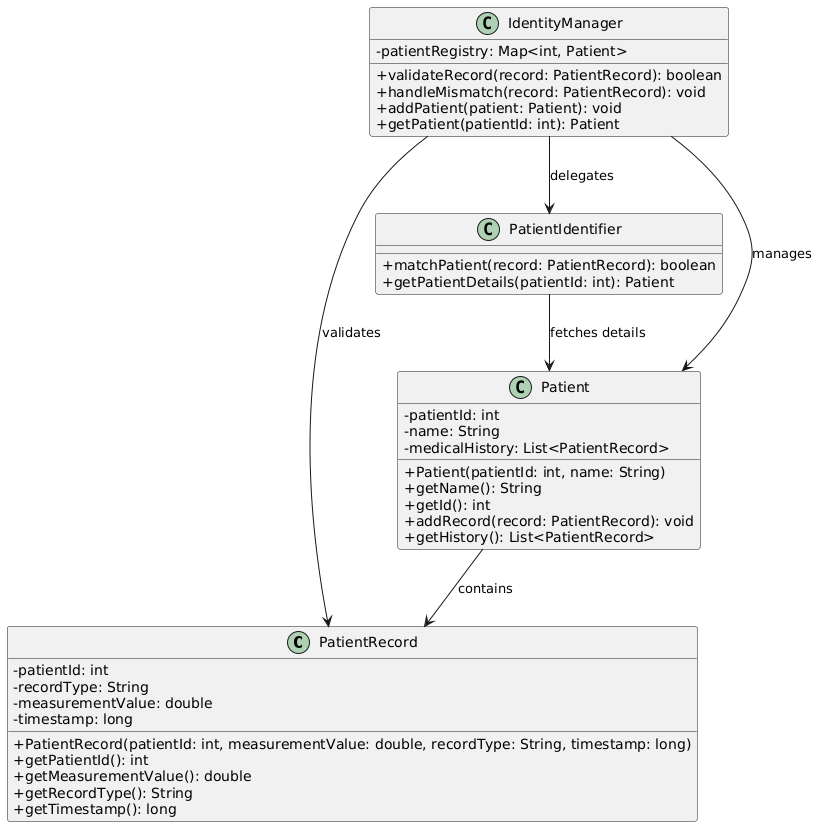
Earlier version of the PlantUML export UML/PatientdentificationSystem.png (IvaPapukchieva/signal_project).
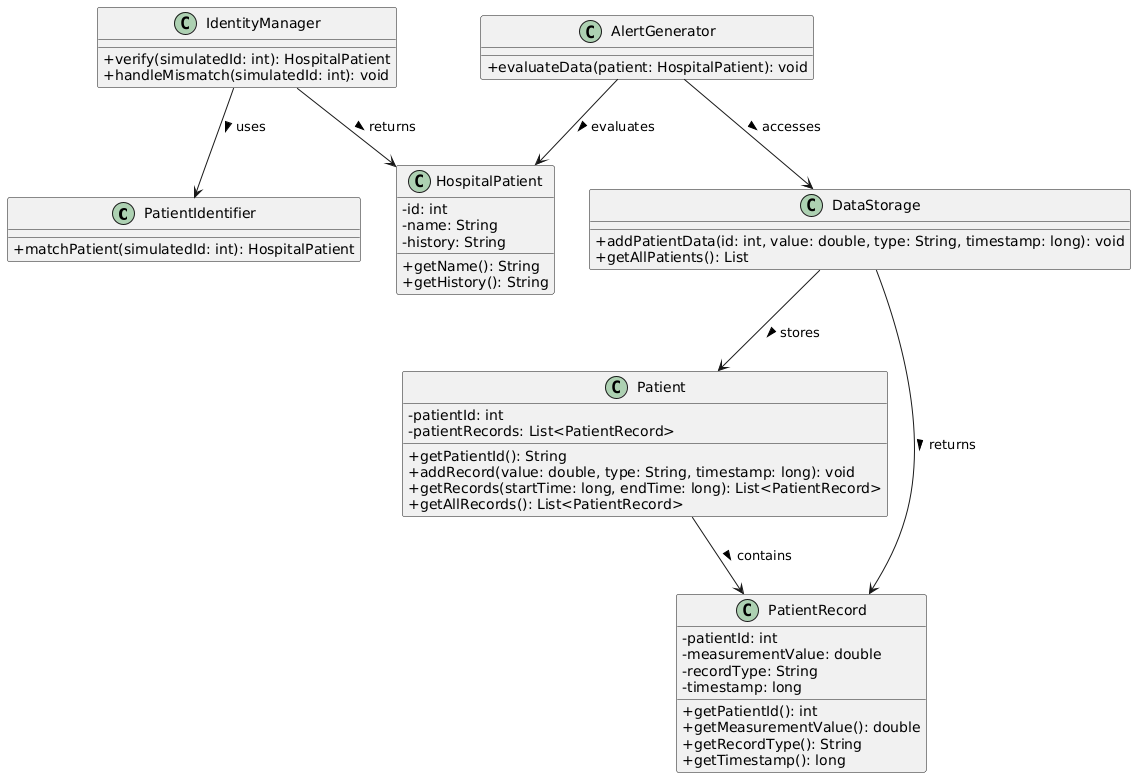
Above is the later version.

The edit, as a diff of the source:
```diff
@@ -1,46 +1,57 @@
 @startuml
 skinparam classAttributeIconSize 0
 
-
-class PatientRecord {
-  -patientId: int
-  -recordType: String
-  -measurementValue: double
-  -timestamp: long
-  +PatientRecord(patientId: int, measurementValue: double, recordType: String, timestamp: long)
-  +getPatientId(): int
-  +getMeasurementValue(): double
-  +getRecordType(): String
-  +getTimestamp(): long
+class PatientIdentifier {
+    + matchPatient(simulatedId: int): HospitalPatient
 }
 
-class PatientIdentifier {
-  +matchPatient(record: PatientRecord): boolean
-  +getPatientDetails(patientId: int): Patient
+class HospitalPatient {
+    - id: int
+    - name: String
+    - history: String
+    + getName(): String
+    + getHistory(): String
 }
 
 class IdentityManager {
-  -patientRegistry: Map<int, Patient>
-  +validateRecord(record: PatientRecord): boolean
-  +handleMismatch(record: PatientRecord): void
-  +addPatient(patient: Patient): void
-  +getPatient(patientId: int): Patient
+    + verify(simulatedId: int): HospitalPatient
+    + handleMismatch(simulatedId: int): void
+}
+
+class DataStorage {
+    + addPatientData(id: int, value: double, type: String, timestamp: long): void
+    + getAllPatients(): List
+}
+
+class AlertGenerator {
+    + evaluateData(patient: HospitalPatient): void
 }
 
 class Patient {
-  -patientId: int
-  -name: String
-  -medicalHistory: List<PatientRecord>
-  +Patient(patientId: int, name: String)
-  +getName(): String
-  +getId(): int
-  +addRecord(record: PatientRecord): void
-  +getHistory(): List<PatientRecord>
+    - patientId: int
+    - patientRecords: List<PatientRecord>
+    + getPatientId(): String
+    + addRecord(value: double, type: String, timestamp: long): void
+    + getRecords(startTime: long, endTime: long): List<PatientRecord>
+    + getAllRecords(): List<PatientRecord>
 }
 
-IdentityManager --> Patient : manages
-IdentityManager --> PatientRecord : validates
-IdentityManager --> PatientIdentifier : delegates
-PatientIdentifier --> Patient : fetches details
-Patient --> PatientRecord : contains
+class PatientRecord {
+    - patientId: int
+    - measurementValue: double
+    - recordType: String
+    - timestamp: long
+    + getPatientId(): int
+    + getMeasurementValue(): double
+    + getRecordType(): String
+    + getTimestamp(): long
+}
+
+IdentityManager --> PatientIdentifier : uses >
+IdentityManager --> HospitalPatient : returns >
+AlertGenerator --> DataStorage : accesses >
+AlertGenerator --> HospitalPatient : evaluates >
+Patient --> PatientRecord : contains >
+DataStorage --> Patient : stores >
+DataStorage --> PatientRecord : returns >
 @enduml
```
